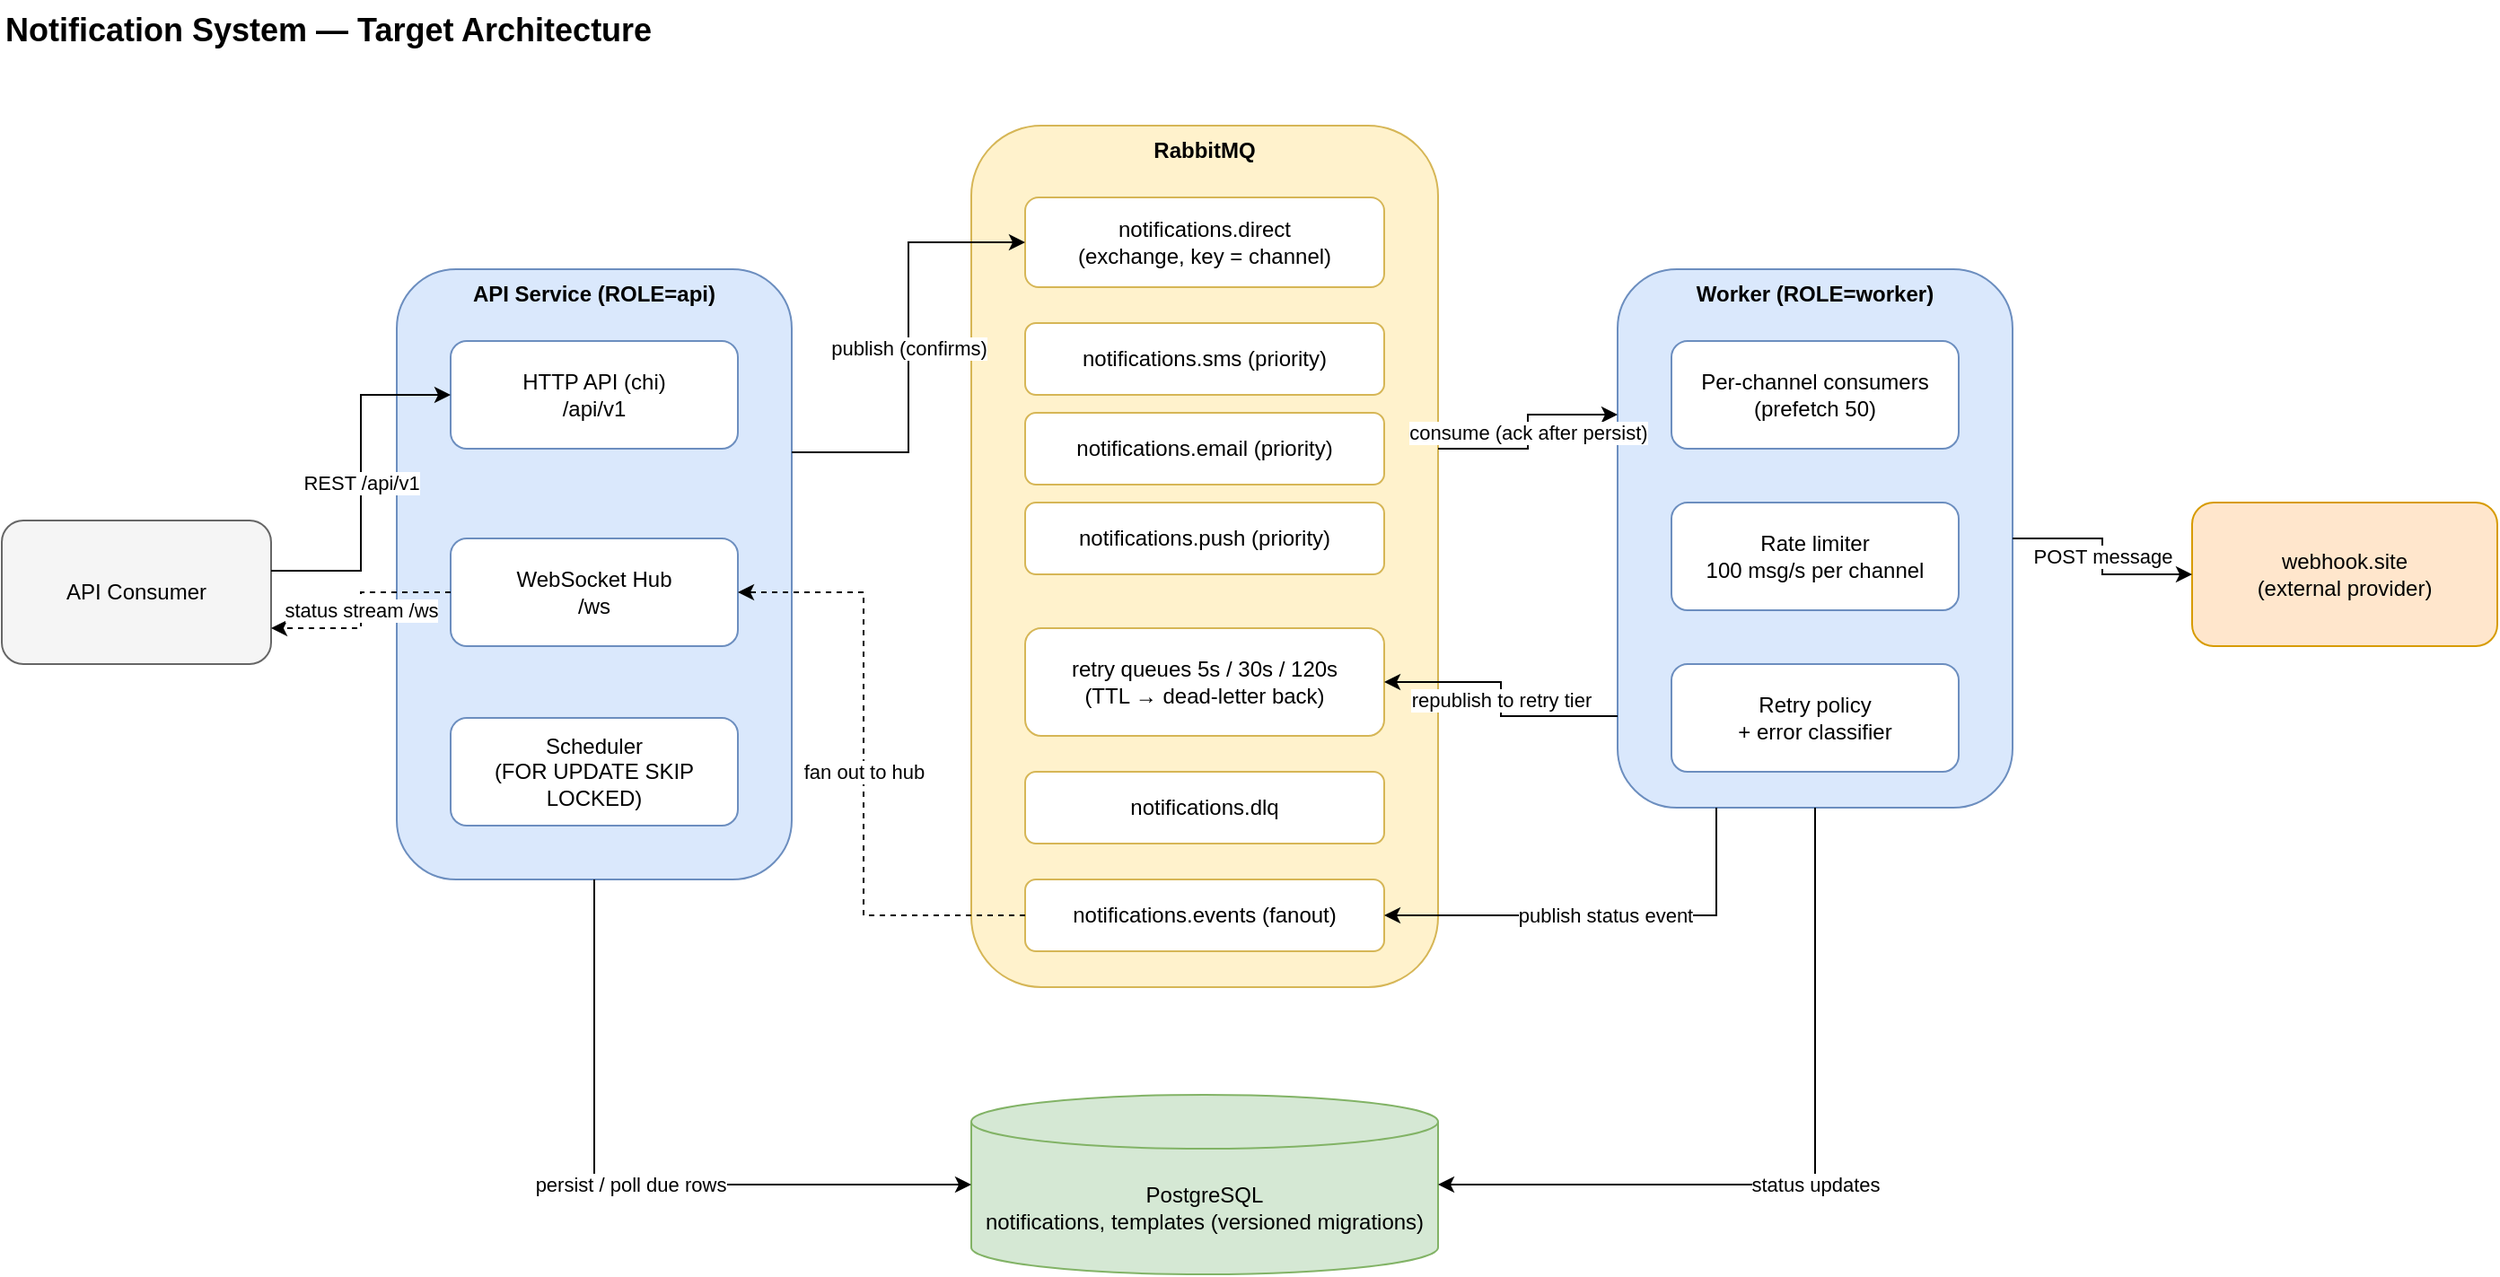
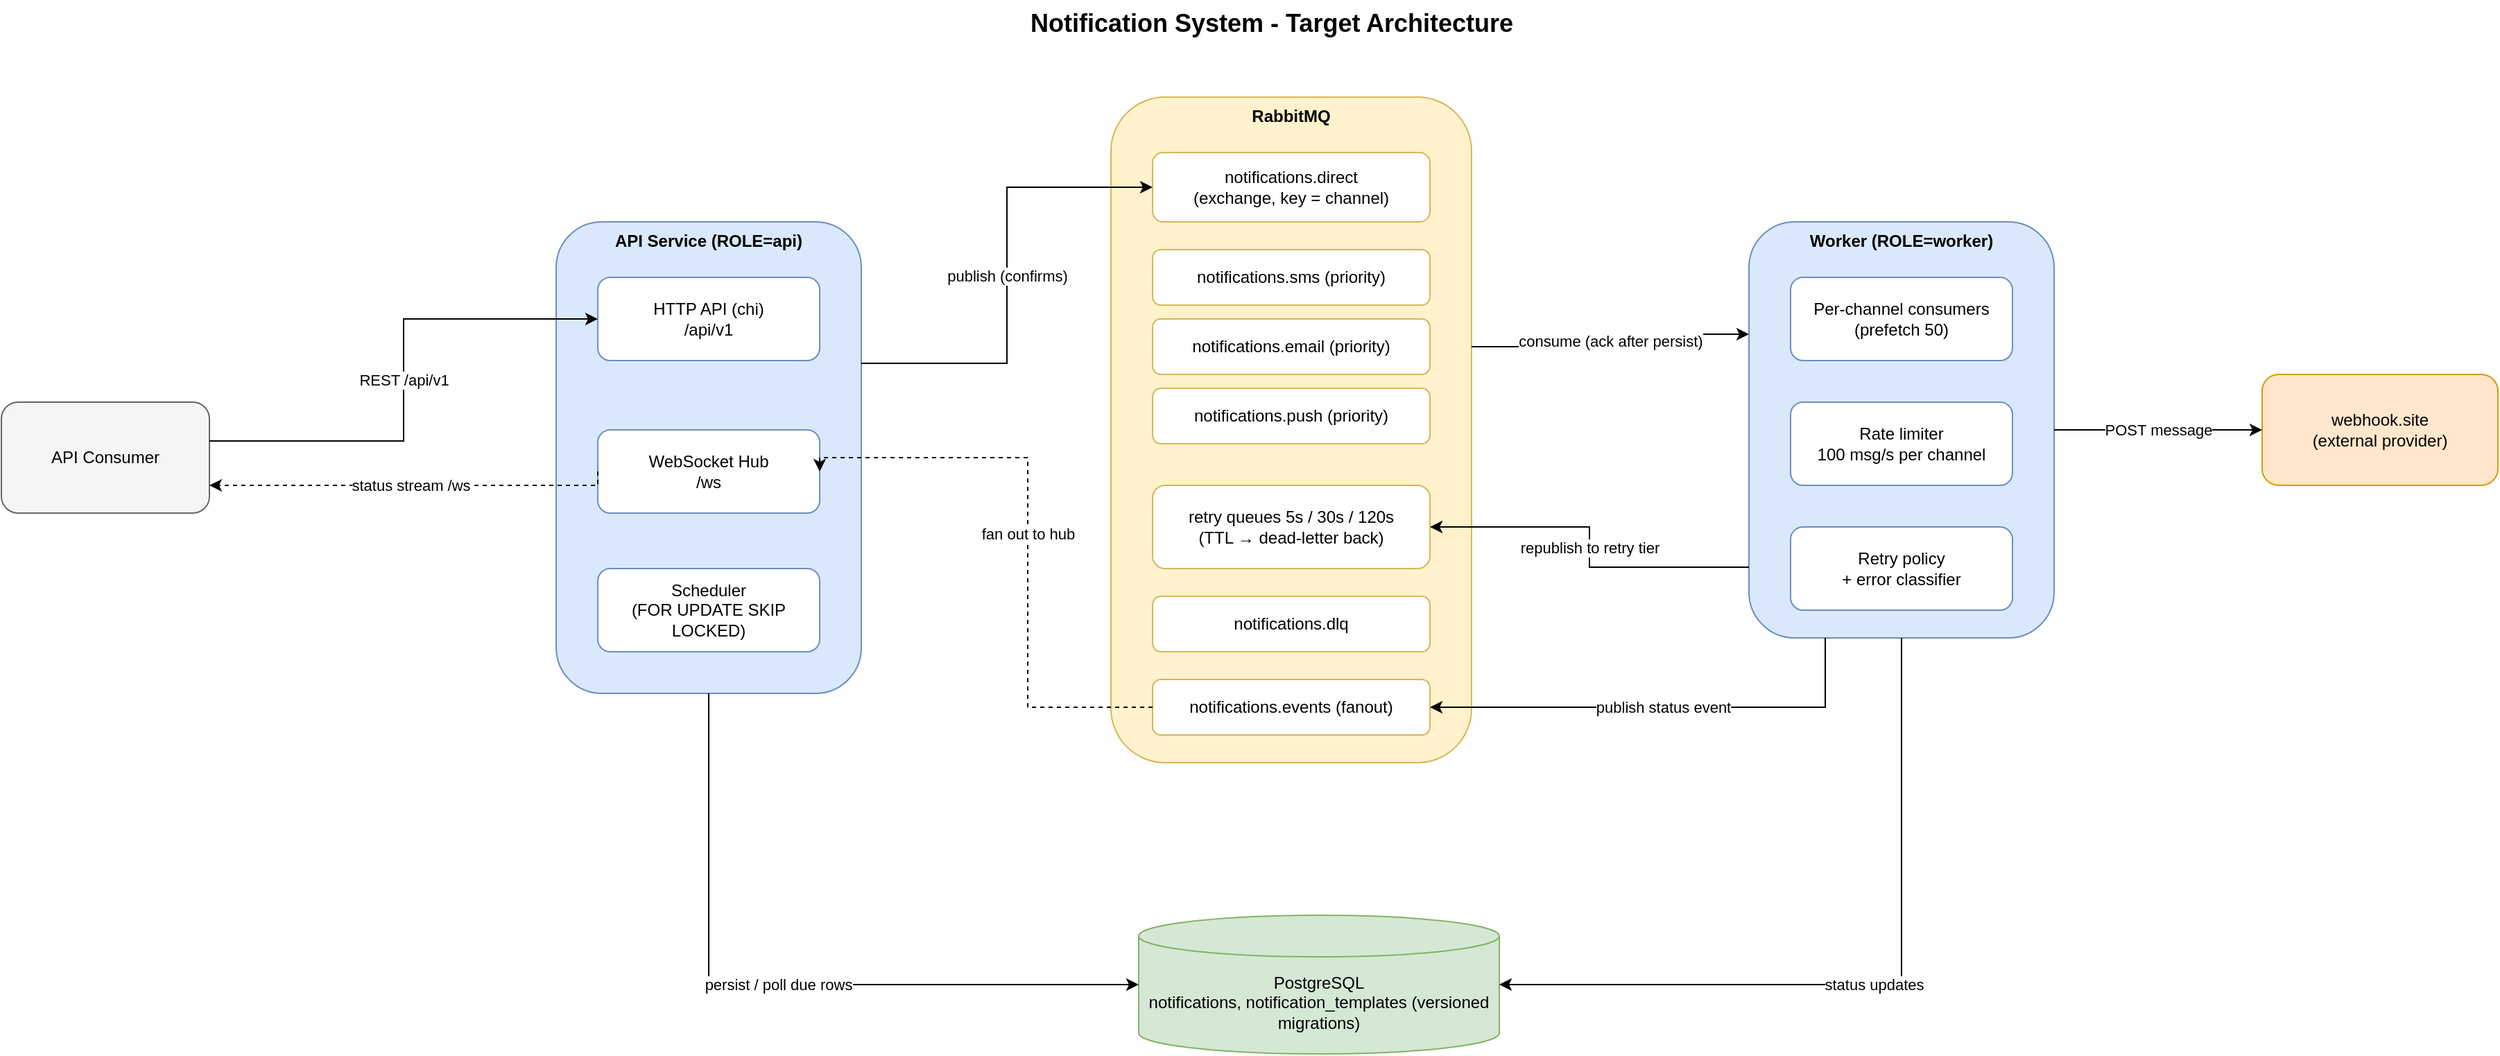
- <mxfile host="app.diagrams.net" modified="2026-07-04T00:00:00.000Z" agent="drawio" version="24.0.0">
+ <mxfile host="app.diagrams.net" agent="drawio">
  <diagram id="notification-architecture" name="Architecture">
-     <mxGraphModel dx="1400" dy="800" grid="1" gridSize="10" guides="1" tooltips="1" connect="1" arrows="1" fold="1" page="1" pageScale="1" pageWidth="1500" pageHeight="800" math="0" shadow="0">
+     <mxGraphModel dx="2955" dy="811" grid="1" gridSize="10" guides="1" tooltips="1" connect="1" arrows="1" fold="1" page="1" pageScale="1" pageWidth="1500" pageHeight="800" math="0" shadow="0">
      <root>
        <mxCell id="0" />
        <mxCell id="1" parent="0" />
- 
-         <mxCell id="title" value="Notification System — Target Architecture" style="text;html=1;fontSize=18;fontStyle=1;align=left;" vertex="1" parent="1">
-           <mxGeometry x="40" y="10" width="500" height="30" as="geometry" />
+         <mxCell id="title" parent="1" style="text;html=1;fontSize=18;fontStyle=1;align=left;" value="Notification System - Target Architecture" vertex="1">
+           <mxGeometry height="30" width="360" x="520" y="10" as="geometry" />
        </mxCell>
- 
-         <!-- Client -->
-         <mxCell id="client" value="API Consumer" style="rounded=1;whiteSpace=wrap;html=1;fillColor=#f5f5f5;strokeColor=#666666;" vertex="1" parent="1">
-           <mxGeometry x="40" y="300" width="150" height="80" as="geometry" />
+         <mxCell id="client" parent="1" style="rounded=1;whiteSpace=wrap;html=1;fillColor=#f5f5f5;strokeColor=#666666;" value="API Consumer" vertex="1">
+           <mxGeometry height="80" width="150" x="-220" y="300" as="geometry" />
        </mxCell>
- 
-         <!-- API service container -->
-         <mxCell id="apisvc" value="API Service (ROLE=api)" style="rounded=1;whiteSpace=wrap;html=1;verticalAlign=top;fontStyle=1;fillColor=#dae8fc;strokeColor=#6c8ebf;" vertex="1" parent="1">
-           <mxGeometry x="260" y="160" width="220" height="340" as="geometry" />
+         <mxCell id="apisvc" parent="1" style="rounded=1;whiteSpace=wrap;html=1;verticalAlign=top;fontStyle=1;fillColor=#dae8fc;strokeColor=#6c8ebf;" value="API Service (ROLE=api)" vertex="1">
+           <mxGeometry height="340" width="220" x="180" y="170" as="geometry" />
        </mxCell>
-         <mxCell id="httpapi" value="HTTP API (chi)&#10;/api/v1" style="rounded=1;whiteSpace=wrap;html=1;fillColor=#ffffff;strokeColor=#6c8ebf;" vertex="1" parent="apisvc">
-           <mxGeometry x="30" y="40" width="160" height="60" as="geometry" />
+         <mxCell id="httpapi" parent="apisvc" style="rounded=1;whiteSpace=wrap;html=1;fillColor=#ffffff;strokeColor=#6c8ebf;" value="HTTP API (chi)&#xa;/api/v1" vertex="1">
+           <mxGeometry height="60" width="160" x="30" y="40" as="geometry" />
        </mxCell>
-         <mxCell id="wshub" value="WebSocket Hub&#10;/ws" style="rounded=1;whiteSpace=wrap;html=1;fillColor=#ffffff;strokeColor=#6c8ebf;" vertex="1" parent="apisvc">
-           <mxGeometry x="30" y="150" width="160" height="60" as="geometry" />
+         <mxCell id="wshub" parent="apisvc" style="rounded=1;whiteSpace=wrap;html=1;fillColor=#ffffff;strokeColor=#6c8ebf;" value="WebSocket Hub&#xa;/ws" vertex="1">
+           <mxGeometry height="60" width="160" x="30" y="150" as="geometry" />
        </mxCell>
-         <mxCell id="scheduler" value="Scheduler&#10;(FOR UPDATE SKIP LOCKED)" style="rounded=1;whiteSpace=wrap;html=1;fillColor=#ffffff;strokeColor=#6c8ebf;" vertex="1" parent="apisvc">
-           <mxGeometry x="30" y="250" width="160" height="60" as="geometry" />
+         <mxCell id="scheduler" parent="apisvc" style="rounded=1;whiteSpace=wrap;html=1;fillColor=#ffffff;strokeColor=#6c8ebf;" value="Scheduler&#xa;(FOR UPDATE SKIP LOCKED)" vertex="1">
+           <mxGeometry height="60" width="160" x="30" y="250" as="geometry" />
        </mxCell>
- 
-         <!-- RabbitMQ container -->
-         <mxCell id="rabbit" value="RabbitMQ" style="rounded=1;whiteSpace=wrap;html=1;verticalAlign=top;fontStyle=1;fillColor=#fff2cc;strokeColor=#d6b656;" vertex="1" parent="1">
-           <mxGeometry x="580" y="80" width="260" height="480" as="geometry" />
+         <mxCell id="rabbit" parent="1" style="rounded=1;whiteSpace=wrap;html=1;verticalAlign=top;fontStyle=1;fillColor=#fff2cc;strokeColor=#d6b656;" value="RabbitMQ" vertex="1">
+           <mxGeometry height="480" width="260" x="580" y="80" as="geometry" />
        </mxCell>
-         <mxCell id="exchange" value="notifications.direct&#10;(exchange, key = channel)" style="rounded=1;whiteSpace=wrap;html=1;fillColor=#ffffff;strokeColor=#d6b656;" vertex="1" parent="rabbit">
-           <mxGeometry x="30" y="40" width="200" height="50" as="geometry" />
+         <mxCell id="exchange" parent="rabbit" style="rounded=1;whiteSpace=wrap;html=1;fillColor=#ffffff;strokeColor=#d6b656;" value="notifications.direct&#xa;(exchange, key = channel)" vertex="1">
+           <mxGeometry height="50" width="200" x="30" y="40" as="geometry" />
        </mxCell>
-         <mxCell id="qsms" value="notifications.sms (priority)" style="rounded=1;whiteSpace=wrap;html=1;fillColor=#ffffff;strokeColor=#d6b656;" vertex="1" parent="rabbit">
-           <mxGeometry x="30" y="110" width="200" height="40" as="geometry" />
+         <mxCell id="qsms" parent="rabbit" style="rounded=1;whiteSpace=wrap;html=1;fillColor=#ffffff;strokeColor=#d6b656;" value="notifications.sms (priority)" vertex="1">
+           <mxGeometry height="40" width="200" x="30" y="110" as="geometry" />
        </mxCell>
-         <mxCell id="qemail" value="notifications.email (priority)" style="rounded=1;whiteSpace=wrap;html=1;fillColor=#ffffff;strokeColor=#d6b656;" vertex="1" parent="rabbit">
-           <mxGeometry x="30" y="160" width="200" height="40" as="geometry" />
+         <mxCell id="qemail" parent="rabbit" style="rounded=1;whiteSpace=wrap;html=1;fillColor=#ffffff;strokeColor=#d6b656;" value="notifications.email (priority)" vertex="1">
+           <mxGeometry height="40" width="200" x="30" y="160" as="geometry" />
        </mxCell>
-         <mxCell id="qpush" value="notifications.push (priority)" style="rounded=1;whiteSpace=wrap;html=1;fillColor=#ffffff;strokeColor=#d6b656;" vertex="1" parent="rabbit">
-           <mxGeometry x="30" y="210" width="200" height="40" as="geometry" />
+         <mxCell id="qpush" parent="rabbit" style="rounded=1;whiteSpace=wrap;html=1;fillColor=#ffffff;strokeColor=#d6b656;" value="notifications.push (priority)" vertex="1">
+           <mxGeometry height="40" width="200" x="30" y="210" as="geometry" />
        </mxCell>
-         <mxCell id="retryq" value="retry queues 5s / 30s / 120s&#10;(TTL → dead-letter back)" style="rounded=1;whiteSpace=wrap;html=1;fillColor=#ffffff;strokeColor=#d6b656;" vertex="1" parent="rabbit">
-           <mxGeometry x="30" y="280" width="200" height="60" as="geometry" />
+         <mxCell id="retryq" parent="rabbit" style="rounded=1;whiteSpace=wrap;html=1;fillColor=#ffffff;strokeColor=#d6b656;" value="retry queues 5s / 30s / 120s&#xa;(TTL → dead-letter back)" vertex="1">
+           <mxGeometry height="60" width="200" x="30" y="280" as="geometry" />
        </mxCell>
-         <mxCell id="dlq" value="notifications.dlq" style="rounded=1;whiteSpace=wrap;html=1;fillColor=#ffffff;strokeColor=#d6b656;" vertex="1" parent="rabbit">
-           <mxGeometry x="30" y="360" width="200" height="40" as="geometry" />
+         <mxCell id="dlq" parent="rabbit" style="rounded=1;whiteSpace=wrap;html=1;fillColor=#ffffff;strokeColor=#d6b656;" value="notifications.dlq" vertex="1">
+           <mxGeometry height="40" width="200" x="30" y="360" as="geometry" />
        </mxCell>
-         <mxCell id="events" value="notifications.events (fanout)" style="rounded=1;whiteSpace=wrap;html=1;fillColor=#ffffff;strokeColor=#d6b656;" vertex="1" parent="rabbit">
-           <mxGeometry x="30" y="420" width="200" height="40" as="geometry" />
+         <mxCell id="events" parent="rabbit" style="rounded=1;whiteSpace=wrap;html=1;fillColor=#ffffff;strokeColor=#d6b656;" value="notifications.events (fanout)" vertex="1">
+           <mxGeometry height="40" width="200" x="30" y="420" as="geometry" />
        </mxCell>
- 
-         <!-- Worker container -->
-         <mxCell id="workersvc" value="Worker (ROLE=worker)" style="rounded=1;whiteSpace=wrap;html=1;verticalAlign=top;fontStyle=1;fillColor=#dae8fc;strokeColor=#6c8ebf;" vertex="1" parent="1">
-           <mxGeometry x="940" y="160" width="220" height="300" as="geometry" />
+         <mxCell id="workersvc" parent="1" style="rounded=1;whiteSpace=wrap;html=1;verticalAlign=top;fontStyle=1;fillColor=#dae8fc;strokeColor=#6c8ebf;" value="Worker (ROLE=worker)" vertex="1">
+           <mxGeometry height="300" width="220" x="1040" y="170" as="geometry" />
        </mxCell>
-         <mxCell id="consumers" value="Per-channel consumers&#10;(prefetch 50)" style="rounded=1;whiteSpace=wrap;html=1;fillColor=#ffffff;strokeColor=#6c8ebf;" vertex="1" parent="workersvc">
-           <mxGeometry x="30" y="40" width="160" height="60" as="geometry" />
+         <mxCell id="consumers" parent="workersvc" style="rounded=1;whiteSpace=wrap;html=1;fillColor=#ffffff;strokeColor=#6c8ebf;" value="Per-channel consumers&#xa;(prefetch 50)" vertex="1">
+           <mxGeometry height="60" width="160" x="30" y="40" as="geometry" />
        </mxCell>
-         <mxCell id="limiter" value="Rate limiter&#10;100 msg/s per channel" style="rounded=1;whiteSpace=wrap;html=1;fillColor=#ffffff;strokeColor=#6c8ebf;" vertex="1" parent="workersvc">
-           <mxGeometry x="30" y="130" width="160" height="60" as="geometry" />
+         <mxCell id="limiter" parent="workersvc" style="rounded=1;whiteSpace=wrap;html=1;fillColor=#ffffff;strokeColor=#6c8ebf;" value="Rate limiter&#xa;100 msg/s per channel" vertex="1">
+           <mxGeometry height="60" width="160" x="30" y="130" as="geometry" />
        </mxCell>
-         <mxCell id="retrypolicy" value="Retry policy&#10;+ error classifier" style="rounded=1;whiteSpace=wrap;html=1;fillColor=#ffffff;strokeColor=#6c8ebf;" vertex="1" parent="workersvc">
-           <mxGeometry x="30" y="220" width="160" height="60" as="geometry" />
+         <mxCell id="retrypolicy" parent="workersvc" style="rounded=1;whiteSpace=wrap;html=1;fillColor=#ffffff;strokeColor=#6c8ebf;" value="Retry policy&#xa;+ error classifier" vertex="1">
+           <mxGeometry height="60" width="160" x="30" y="220" as="geometry" />
        </mxCell>
- 
-         <!-- External provider -->
-         <mxCell id="provider" value="webhook.site&#10;(external provider)" style="rounded=1;whiteSpace=wrap;html=1;fillColor=#ffe6cc;strokeColor=#d79b00;" vertex="1" parent="1">
-           <mxGeometry x="1260" y="290" width="170" height="80" as="geometry" />
+         <mxCell id="provider" parent="1" style="rounded=1;whiteSpace=wrap;html=1;fillColor=#ffe6cc;strokeColor=#d79b00;" value="webhook.site&#xa;(external provider)" vertex="1">
+           <mxGeometry height="80" width="170" x="1410" y="280" as="geometry" />
        </mxCell>
- 
-         <!-- PostgreSQL -->
-         <mxCell id="postgres" value="PostgreSQL&#10;notifications, templates (versioned migrations)" style="shape=cylinder3;whiteSpace=wrap;html=1;boundedLbl=1;backgroundOutline=1;size=15;fillColor=#d5e8d4;strokeColor=#82b366;" vertex="1" parent="1">
-           <mxGeometry x="580" y="620" width="260" height="100" as="geometry" />
+         <mxCell id="postgres" parent="1" style="shape=cylinder3;whiteSpace=wrap;html=1;boundedLbl=1;backgroundOutline=1;size=15;fillColor=#d5e8d4;strokeColor=#82b366;" value="PostgreSQL&#xa;notifications, notification_templates (versioned migrations)" vertex="1">
+           <mxGeometry height="100" width="260" x="600" y="670" as="geometry" />
        </mxCell>
- 
-         <!-- Edges -->
-         <mxCell id="e1" value="REST /api/v1" style="edgeStyle=orthogonalEdgeStyle;rounded=0;html=1;exitX=1;exitY=0.35;exitDx=0;exitDy=0;entryX=0;entryY=0.5;entryDx=0;entryDy=0;" edge="1" parent="1" source="client" target="httpapi">
+         <mxCell id="e1" edge="1" parent="1" source="client" style="edgeStyle=orthogonalEdgeStyle;rounded=0;html=1;exitX=1;exitY=0.35;exitDx=0;exitDy=0;entryX=0;entryY=0.5;entryDx=0;entryDy=0;" target="httpapi" value="REST /api/v1">
          <mxGeometry relative="1" as="geometry" />
        </mxCell>
-         <mxCell id="e2" value="status stream /ws" style="edgeStyle=orthogonalEdgeStyle;rounded=0;html=1;dashed=1;exitX=0;exitY=0.5;exitDx=0;exitDy=0;entryX=1;entryY=0.75;entryDx=0;entryDy=0;" edge="1" parent="1" source="wshub" target="client">
-           <mxGeometry relative="1" as="geometry" />
-         </mxCell>
-         <mxCell id="e3" value="publish (confirms)" style="edgeStyle=orthogonalEdgeStyle;rounded=0;html=1;exitX=1;exitY=0.3;exitDx=0;exitDy=0;entryX=0;entryY=0.5;entryDx=0;entryDy=0;" edge="1" parent="1" source="apisvc" target="exchange">
-           <mxGeometry relative="1" as="geometry" />
-         </mxCell>
-         <mxCell id="e4" value="persist / poll due rows" style="edgeStyle=orthogonalEdgeStyle;rounded=0;html=1;exitX=0.5;exitY=1;exitDx=0;exitDy=0;entryX=0;entryY=0.5;entryDx=0;entryDy=0;" edge="1" parent="1" source="apisvc" target="postgres">
+         <mxCell id="e2" edge="1" parent="1" source="wshub" style="edgeStyle=orthogonalEdgeStyle;rounded=0;html=1;dashed=1;exitX=0;exitY=0.5;exitDx=0;exitDy=0;entryX=1;entryY=0.75;entryDx=0;entryDy=0;" target="client" value="status stream /ws">
          <mxGeometry relative="1" as="geometry">
            <Array as="points">
-               <mxPoint x="370" y="670" />
+               <mxPoint x="210" y="360" />
            </Array>
          </mxGeometry>
        </mxCell>
-         <mxCell id="e5" value="consume (ack after persist)" style="edgeStyle=orthogonalEdgeStyle;rounded=0;html=1;exitX=1;exitY=0.375;exitDx=0;exitDy=0;entryX=0;entryY=0.27;entryDx=0;entryDy=0;" edge="1" parent="1" source="rabbit" target="workersvc">
+         <mxCell id="e3" edge="1" parent="1" source="apisvc" style="edgeStyle=orthogonalEdgeStyle;rounded=0;html=1;exitX=1;exitY=0.3;exitDx=0;exitDy=0;entryX=0;entryY=0.5;entryDx=0;entryDy=0;" target="exchange" value="publish (confirms)">
          <mxGeometry relative="1" as="geometry" />
        </mxCell>
-         <mxCell id="e6" value="POST message" style="edgeStyle=orthogonalEdgeStyle;rounded=0;html=1;exitX=1;exitY=0.5;exitDx=0;exitDy=0;entryX=0;entryY=0.5;entryDx=0;entryDy=0;" edge="1" parent="1" source="workersvc" target="provider">
-           <mxGeometry relative="1" as="geometry" />
-         </mxCell>
-         <mxCell id="e7" value="status updates" style="edgeStyle=orthogonalEdgeStyle;rounded=0;html=1;exitX=0.5;exitY=1;exitDx=0;exitDy=0;entryX=1;entryY=0.5;entryDx=0;entryDy=0;" edge="1" parent="1" source="workersvc" target="postgres">
+         <mxCell id="e4" edge="1" parent="1" source="apisvc" style="edgeStyle=orthogonalEdgeStyle;rounded=0;html=1;exitX=0.5;exitY=1;exitDx=0;exitDy=0;entryX=0;entryY=0.5;entryDx=0;entryDy=0;" target="postgres" value="persist / poll due rows">
          <mxGeometry relative="1" as="geometry">
            <Array as="points">
-               <mxPoint x="1050" y="670" />
+               <mxPoint x="290" y="720" />
            </Array>
          </mxGeometry>
        </mxCell>
-         <mxCell id="e8" value="republish to retry tier" style="edgeStyle=orthogonalEdgeStyle;rounded=0;html=1;exitX=0;exitY=0.83;exitDx=0;exitDy=0;entryX=1;entryY=0.5;entryDx=0;entryDy=0;" edge="1" parent="1" source="workersvc" target="retryq">
+         <mxCell id="e5" edge="1" parent="1" source="rabbit" style="edgeStyle=orthogonalEdgeStyle;rounded=0;html=1;exitX=1;exitY=0.375;exitDx=0;exitDy=0;entryX=0;entryY=0.27;entryDx=0;entryDy=0;" target="workersvc" value="consume (ack after persist)">
          <mxGeometry relative="1" as="geometry" />
        </mxCell>
-         <mxCell id="e9" value="publish status event" style="edgeStyle=orthogonalEdgeStyle;rounded=0;html=1;exitX=0.25;exitY=1;exitDx=0;exitDy=0;entryX=1;entryY=0.5;entryDx=0;entryDy=0;" edge="1" parent="1" source="workersvc" target="events">
+         <mxCell id="e6" edge="1" parent="1" source="workersvc" style="edgeStyle=orthogonalEdgeStyle;rounded=0;html=1;exitX=1;exitY=0.5;exitDx=0;exitDy=0;entryX=0;entryY=0.5;entryDx=0;entryDy=0;" target="provider" value="POST message">
+           <mxGeometry relative="1" as="geometry" />
+         </mxCell>
+         <mxCell id="e7" edge="1" parent="1" source="workersvc" style="edgeStyle=orthogonalEdgeStyle;rounded=0;html=1;exitX=0.5;exitY=1;exitDx=0;exitDy=0;entryX=1;entryY=0.5;entryDx=0;entryDy=0;" target="postgres" value="status updates">
          <mxGeometry relative="1" as="geometry">
            <Array as="points">
-               <mxPoint x="995" y="520" />
+               <mxPoint x="1150" y="720" />
            </Array>
          </mxGeometry>
        </mxCell>
-         <mxCell id="e10" value="fan out to hub" style="edgeStyle=orthogonalEdgeStyle;rounded=0;html=1;dashed=1;exitX=0;exitY=0.5;exitDx=0;exitDy=0;entryX=1;entryY=0.5;entryDx=0;entryDy=0;" edge="1" parent="1" source="events" target="wshub">
+         <mxCell id="e8" edge="1" parent="1" source="workersvc" style="edgeStyle=orthogonalEdgeStyle;rounded=0;html=1;exitX=0;exitY=0.83;exitDx=0;exitDy=0;entryX=1;entryY=0.5;entryDx=0;entryDy=0;" target="retryq" value="republish to retry tier">
+           <mxGeometry relative="1" as="geometry" />
+         </mxCell>
+         <mxCell id="e9" edge="1" parent="1" source="workersvc" style="edgeStyle=orthogonalEdgeStyle;rounded=0;html=1;exitX=0.25;exitY=1;exitDx=0;exitDy=0;entryX=1;entryY=0.5;entryDx=0;entryDy=0;" target="events" value="publish status event">
+           <mxGeometry relative="1" as="geometry">
+             <Array as="points">
+               <mxPoint x="1095" y="520" />
+             </Array>
+           </mxGeometry>
+         </mxCell>
+         <mxCell id="e10" edge="1" parent="1" source="events" style="edgeStyle=orthogonalEdgeStyle;rounded=0;html=1;dashed=1;exitX=0;exitY=0.5;exitDx=0;exitDy=0;entryX=1;entryY=0.5;entryDx=0;entryDy=0;" target="wshub" value="fan out to hub">
          <mxGeometry relative="1" as="geometry">
            <Array as="points">
              <mxPoint x="520" y="520" />
              <mxPoint x="520" y="340" />
            </Array>
          </mxGeometry>
        </mxCell>
      </root>
    </mxGraphModel>
  </diagram>
</mxfile>
